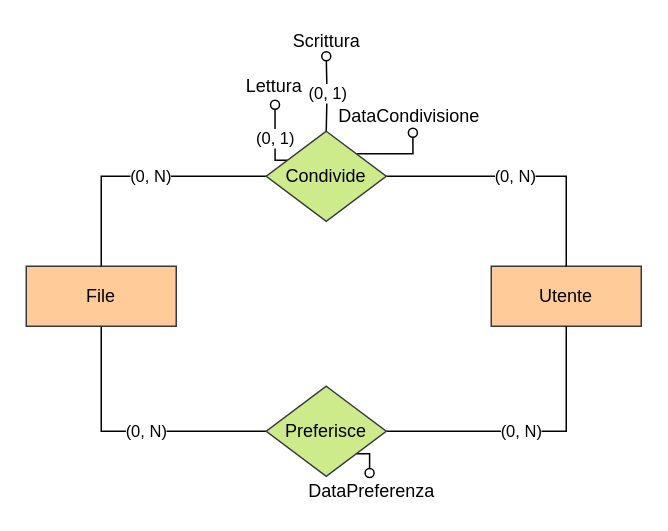
Before: page "Condivisione" (4 of 9) of Concettuale/db.drawio in alemazzo/CloudStoreDB, a draw.io diagram. Source tidied: cells renumbered, new cells numbered last; positions are measured from the earlier drawing's top-left corner, leaving out a move shared by most shapes. Both pictures are drawn from the tidied source at 150%, with x=0, y=0 at pixel (26, 26).
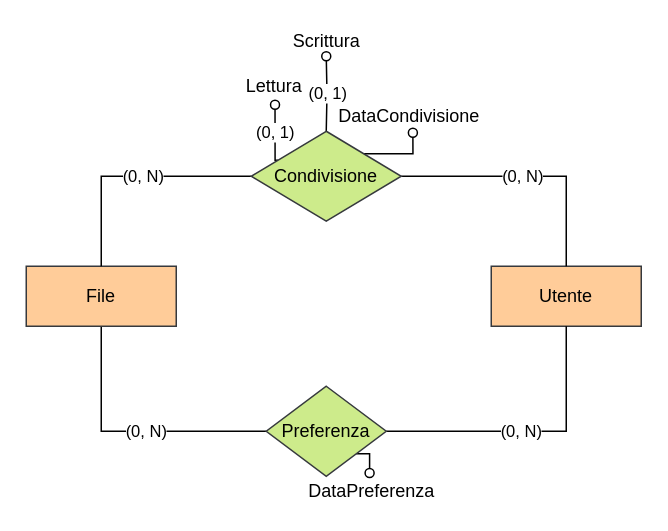
The same page after the edit.

The edit, as a diff of the source:
```diff
@@
 <mxGraphModel>
   <root>
     <mxCell id="0" />
     <mxCell id="1" parent="0" />
     <mxCell id="2" value="(0, N)" style="edgeStyle=orthogonalEdgeStyle;rounded=0;jettySize=auto;html=1;exitX=0.5;exitY=1;exitDx=0;exitDy=0;entryX=0;entryY=0.5;entryDx=0;entryDy=0;endArrow=none;endFill=0;" parent="1" edge="1" source="3" target="16">
       <mxGeometry x="0.11" relative="1" as="geometry" />
     </mxCell>
     <mxCell id="3" value="File" style="whiteSpace=wrap;html=1;align=center;fillColor=#ffcc99;strokeColor=#36393d;" parent="1" vertex="1">
       <mxGeometry y="160" width="100" height="40" as="geometry" />
     </mxCell>
     <mxCell id="4" value="Utente" style="whiteSpace=wrap;html=1;align=center;fillColor=#ffcc99;strokeColor=#36393d;" parent="1" vertex="1">
       <mxGeometry x="310" y="160" width="100" height="40" as="geometry" />
     </mxCell>
     <mxCell id="5" value="(0, 1)" style="edgeStyle=orthogonalEdgeStyle;rounded=0;jettySize=auto;html=1;exitX=0.18;exitY=0.321;exitDx=0;exitDy=0;entryX=0.517;entryY=1.114;entryDx=0;entryDy=0;entryPerimeter=0;startArrow=none;startFill=0;endArrow=oval;endFill=0;exitPerimeter=0;" parent="1" edge="1" source="12" target="7">
       <mxGeometry relative="1" as="geometry" />
     </mxCell>
     <mxCell id="6" value="(0, 1)" style="edgeStyle=orthogonalEdgeStyle;rounded=0;jettySize=auto;html=1;exitX=0.5;exitY=0;exitDx=0;exitDy=0;startArrow=none;startFill=0;endArrow=oval;endFill=0;" parent="1" edge="1" target="8">
       <mxGeometry relative="1" as="geometry">
         <mxPoint x="200" y="70" as="sourcePoint" />
       </mxGeometry>
     </mxCell>
     <mxCell id="7" value="Lettura" style="text;html=1;align=center;verticalAlign=middle;points=[];strokeColor=none;" parent="1" vertex="1">
       <mxGeometry x="140" y="30" width="50" height="20" as="geometry" />
     </mxCell>
     <mxCell id="8" value="Scrittura" style="text;html=1;align=center;verticalAlign=middle;points=[];strokeColor=none;" parent="1" vertex="1">
       <mxGeometry x="170" width="60" height="20" as="geometry" />
     </mxCell>
     <mxCell id="9" style="edgeStyle=orthogonalEdgeStyle;rounded=0;jettySize=auto;html=1;exitX=1;exitY=0;exitDx=0;exitDy=0;entryX=0.525;entryY=1.05;entryDx=0;entryDy=0;entryPerimeter=0;endArrow=oval;endFill=0;" parent="1" edge="1" source="12" target="13">
       <mxGeometry relative="1" as="geometry">
         <Array as="points">
           <mxPoint x="258" y="85" />
         </Array>
       </mxGeometry>
     </mxCell>
     <mxCell id="10" value="(0, N)" style="edgeStyle=orthogonalEdgeStyle;rounded=0;jettySize=auto;html=1;exitX=1;exitY=0.5;exitDx=0;exitDy=0;entryX=0.5;entryY=0;entryDx=0;entryDy=0;endArrow=none;endFill=0;" parent="1" edge="1" source="12" target="4">
       <mxGeometry x="-0.05" relative="1" as="geometry" />
     </mxCell>
     <mxCell id="11" value="(0, N)" style="edgeStyle=orthogonalEdgeStyle;rounded=0;jettySize=auto;html=1;exitX=0;exitY=0.5;exitDx=0;exitDy=0;entryX=0.5;entryY=0;entryDx=0;entryDy=0;endArrow=none;endFill=0;" parent="1" edge="1" source="12" target="3">
       <mxGeometry x="-0.1" relative="1" as="geometry" />
     </mxCell>
-    <mxCell id="12" value="Condivide" style="shape=rhombus;perimeter=rhombusPerimeter;whiteSpace=wrap;html=1;align=center;fillColor=#cdeb8b;strokeColor=#36393d;" parent="1" vertex="1">
-      <mxGeometry x="160" y="70" width="80" height="60" as="geometry" />
+    <mxCell id="12" value="Condivisione" style="shape=rhombus;perimeter=rhombusPerimeter;whiteSpace=wrap;html=1;align=center;fillColor=#cdeb8b;strokeColor=#36393d;" parent="1" vertex="1">
+      <mxGeometry x="150" y="70" width="100" height="60" as="geometry" />
     </mxCell>
     <mxCell id="13" value="DataCondivisione" style="text;html=1;align=center;verticalAlign=middle;points=[];strokeColor=none;" parent="1" vertex="1">
       <mxGeometry x="200" y="50" width="110" height="20" as="geometry" />
     </mxCell>
     <mxCell id="14" value="(0, N)" style="edgeStyle=orthogonalEdgeStyle;rounded=0;jettySize=auto;html=1;exitX=1;exitY=0.5;exitDx=0;exitDy=0;entryX=0.5;entryY=1;entryDx=0;entryDy=0;endArrow=none;endFill=0;" parent="1" edge="1" source="16" target="4">
       <mxGeometry x="-0.05" relative="1" as="geometry" />
     </mxCell>
     <mxCell id="15" style="edgeStyle=orthogonalEdgeStyle;rounded=0;jettySize=auto;html=1;exitX=1;exitY=1;exitDx=0;exitDy=0;entryX=0.489;entryY=-0.107;entryDx=0;entryDy=0;entryPerimeter=0;endArrow=oval;endFill=0;" parent="1" edge="1" source="16" target="17">
       <mxGeometry relative="1" as="geometry" />
     </mxCell>
-    <mxCell id="16" value="Preferisce" style="shape=rhombus;perimeter=rhombusPerimeter;whiteSpace=wrap;html=1;align=center;fillColor=#cdeb8b;strokeColor=#36393d;" parent="1" vertex="1">
+    <mxCell id="16" value="Preferenza" style="shape=rhombus;perimeter=rhombusPerimeter;whiteSpace=wrap;html=1;align=center;fillColor=#cdeb8b;strokeColor=#36393d;" parent="1" vertex="1">
       <mxGeometry x="160" y="240" width="80" height="60" as="geometry" />
     </mxCell>
     <mxCell id="17" value="DataPreferenza" style="text;html=1;align=center;verticalAlign=middle;points=[];strokeColor=none;" parent="1" vertex="1">
       <mxGeometry x="180" y="300" width="100" height="20" as="geometry" />
     </mxCell>
   </root>
 </mxGraphModel>
```
